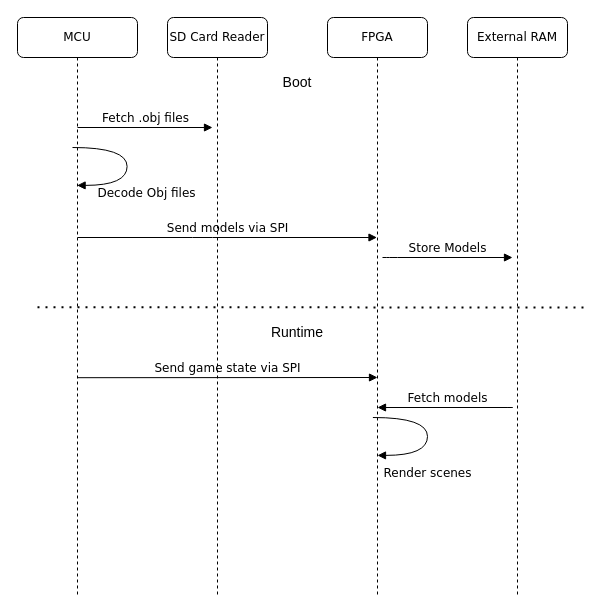
This is PCB/FPGA_memory_seq.drawio from MH-Flight-Simulator-X/System-Figures-And-Microarchitecture, a draw.io file, before an edit. Source tidied: cells renumbered, new cells numbered last; positions are measured from the earlier drawing's top-left corner, leaving out a move shared by most shapes. Both pictures are drawn from the tidied source at 100%, with x=0, y=0 at pixel (17, 17).
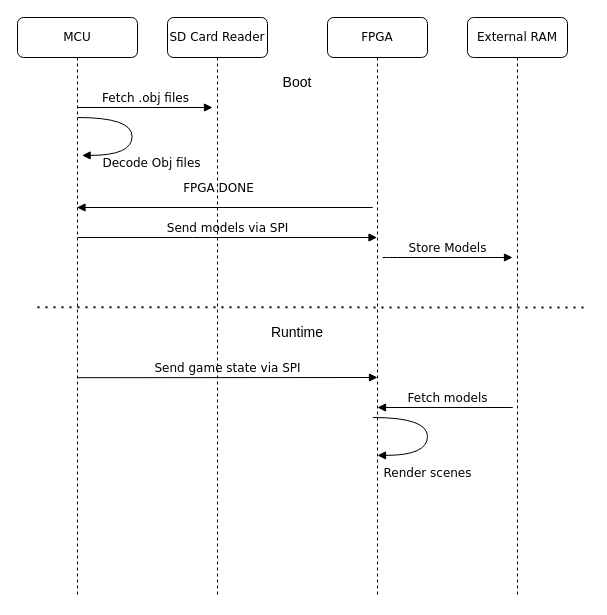
The same page after the edit.

The change refers to these unchanged cells:
```xml
<mxCell id="2" value="SD Card Reader" style="shape=umlLifeline;perimeter=lifelinePerimeter;whiteSpace=wrap;html=1;rounded=1;shadow=0;comic=0;labelBackgroundColor=none;strokeWidth=1;fontFamily=Verdana;fontSize=12;align=center;" parent="1" vertex="1">
  <mxGeometry x="150" width="100" height="580" as="geometry" />
</mxCell>
<mxCell id="8" value="MCU" style="shape=umlLifeline;perimeter=lifelinePerimeter;whiteSpace=wrap;html=1;outlineConnect=0;rounded=1;shadow=0;comic=0;labelBackgroundColor=none;strokeWidth=1;fontFamily=Verdana;fontSize=12;align=center;" parent="1" vertex="1">
  <mxGeometry width="120" height="580" as="geometry" />
</mxCell>
```

What changed in the source:
```diff
@@
+    <mxCell id="11" value="&lt;div&gt;Fetch .obj files&lt;/div&gt;" style="html=1;verticalAlign=bottom;endArrow=block;entryX=0;entryY=0;labelBackgroundColor=none;fontFamily=Verdana;fontSize=12;edgeStyle=elbowEdgeStyle;elbow=vertical;" parent="2" edge="1">
+      <mxGeometry relative="1" as="geometry">
+        <mxPoint x="-90" y="90" as="sourcePoint" />
+        <mxPoint x="45" y="90" as="targetPoint" />
+      </mxGeometry>
+    </mxCell>
@@
     <mxCell id="9" value="&lt;div&gt;Decode Obj files&lt;/div&gt;&lt;div&gt;&lt;br&gt;&lt;/div&gt;" style="html=1;verticalAlign=bottom;endArrow=block;labelBackgroundColor=none;fontFamily=Verdana;fontSize=12;elbow=vertical;edgeStyle=orthogonalEdgeStyle;curved=1;entryX=1;entryY=0.286;entryPerimeter=0;exitX=1.038;exitY=0.345;exitPerimeter=0;" parent="8" edge="1">
       <mxGeometry x="0.3" y="38" relative="1" as="geometry">
-        <mxPoint x="55" y="130" as="sourcePoint" />
-        <mxPoint x="59.6" y="167.9" as="targetPoint" />
+        <mxPoint x="60" y="100" as="sourcePoint" />
+        <mxPoint x="64.6" y="137.9" as="targetPoint" />
         <Array as="points">
-          <mxPoint x="109.6" y="129.9" />
-          <mxPoint x="109.6" y="167.9" />
+          <mxPoint x="114.6" y="99.9" />
+          <mxPoint x="114.6" y="137.9" />
         </Array>
         <mxPoint x="20" y="-6" as="offset" />
       </mxGeometry>
     </mxCell>
@@
-    <mxCell id="11" value="&lt;div&gt;Fetch .obj files&lt;/div&gt;" style="html=1;verticalAlign=bottom;endArrow=block;entryX=0;entryY=0;labelBackgroundColor=none;fontFamily=Verdana;fontSize=12;edgeStyle=elbowEdgeStyle;elbow=vertical;" parent="1" edge="1">
-      <mxGeometry relative="1" as="geometry">
-        <mxPoint x="60" y="110" as="sourcePoint" />
-        <mxPoint x="195" y="110" as="targetPoint" />
-      </mxGeometry>
-    </mxCell>
@@
+    <mxCell id="16" value="&lt;div&gt;FPGA DONE&lt;/div&gt;" style="html=1;verticalAlign=bottom;endArrow=block;labelBackgroundColor=none;fontFamily=Verdana;fontSize=12;edgeStyle=elbowEdgeStyle;elbow=vertical;" parent="1" edge="1" target="8">
+      <mxGeometry x="0.53" y="-10" relative="1" as="geometry">
+        <mxPoint x="60" y="190" as="sourcePoint" />
+        <Array as="points">
+          <mxPoint x="360" y="190" />
+        </Array>
+      </mxGeometry>
+    </mxCell>
```
